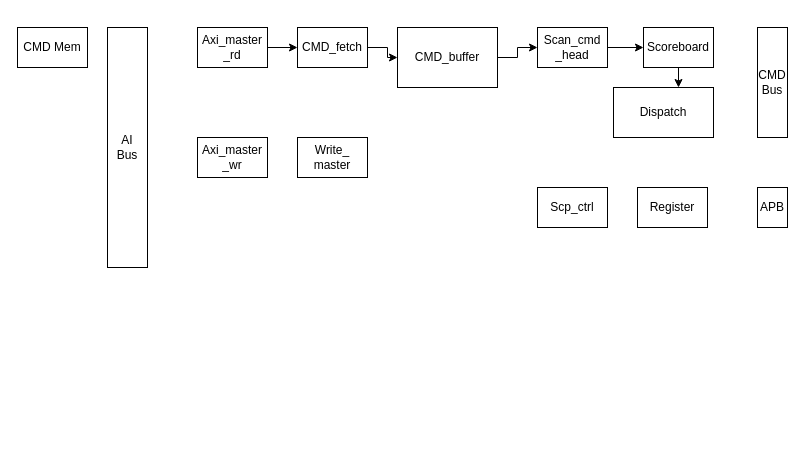
This is page "第 1 页" (1 of 3) of SCP.drawio from HelmutXie/blake2, a draw.io file, before an edit. Source tidied: cells renumbered, new cells numbered last; positions are measured from the earlier drawing's top-left corner, leaving out a move shared by most shapes. Both pictures are drawn from the tidied source at 100%, with x=0, y=0 at pixel (17, 27).
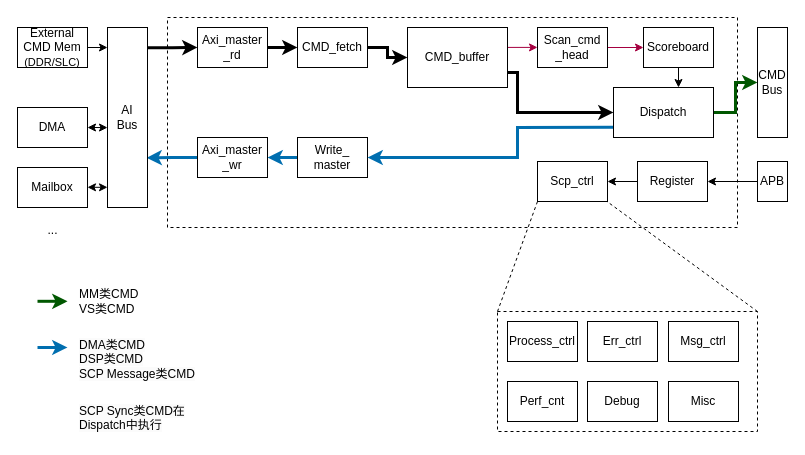
The same diagram, later.

The change refers to these unchanged cells:
```xml
<mxCell id="3" value="CMD_fetch" style="rounded=0;whiteSpace=wrap;html=1;" parent="1" vertex="1">
  <mxGeometry x="280" width="70" height="40" as="geometry" />
</mxCell>
<mxCell id="7" value="Scan_cmd&lt;br&gt;_head" style="rounded=0;whiteSpace=wrap;html=1;" parent="1" vertex="1">
  <mxGeometry x="520" width="70" height="40" as="geometry" />
</mxCell>
<mxCell id="9" value="Scoreboard" style="rounded=0;whiteSpace=wrap;html=1;" parent="1" vertex="1">
  <mxGeometry x="626" width="70" height="40" as="geometry" />
</mxCell>
<mxCell id="10" value="Write_&lt;br&gt;master" style="rounded=0;whiteSpace=wrap;html=1;" parent="1" vertex="1">
  <mxGeometry x="280" y="110" width="70" height="40" as="geometry" />
</mxCell>
<mxCell id="13" value="Dispatch" style="rounded=0;whiteSpace=wrap;html=1;" parent="1" vertex="1">
  <mxGeometry x="596" y="60" width="100" height="50" as="geometry" />
</mxCell>
<mxCell id="15" value="Axi_master&lt;br&gt;_rd" style="rounded=0;whiteSpace=wrap;html=1;" parent="1" vertex="1">
  <mxGeometry x="180" width="70" height="40" as="geometry" />
</mxCell>
<mxCell id="16" value="Axi_master&lt;br&gt;_wr" style="rounded=0;whiteSpace=wrap;html=1;" parent="1" vertex="1">
  <mxGeometry x="180" y="110" width="70" height="40" as="geometry" />
</mxCell>
<mxCell id="19" value="CMD&lt;br&gt;Bus" style="rounded=0;whiteSpace=wrap;html=1;" parent="1" vertex="1">
  <mxGeometry x="740" width="30" height="110" as="geometry" />
</mxCell>
```

Diff of the diagram source:
```diff
@@
+    <mxCell id="21" style="rounded=0;whiteSpace=wrap;html=1;dashed=1;" parent="1" vertex="1">
+      <mxGeometry x="150" y="-10" width="570" height="210" as="geometry" />
+    </mxCell>
+    <mxCell id="22" style="rounded=0;whiteSpace=wrap;html=1;dashed=1;" parent="1" vertex="1">
+      <mxGeometry x="480" y="284" width="260" height="120" as="geometry" />
+    </mxCell>
-    <mxCell id="2" style="edgeStyle=orthogonalEdgeStyle;rounded=0;jettySize=auto;html=1;" parent="1" edge="1" source="3" target="5">
+    <mxCell id="2" style="edgeStyle=orthogonalEdgeStyle;rounded=0;jettySize=auto;html=1;strokeWidth=3;" parent="1" edge="1" source="3" target="5">
       <mxGeometry relative="1" as="geometry" />
     </mxCell>
@@
-    <mxCell id="4" style="edgeStyle=orthogonalEdgeStyle;rounded=0;jettySize=auto;html=1;entryX=0;entryY=0.5;entryDx=0;entryDy=0;" parent="1" edge="1" source="5" target="7">
+    <mxCell id="4" style="edgeStyle=orthogonalEdgeStyle;rounded=0;jettySize=auto;html=1;entryX=0;entryY=0.5;entryDx=0;entryDy=0;exitX=0.997;exitY=0.332;exitDx=0;exitDy=0;exitPerimeter=0;fillColor=#d80073;strokeColor=#A50040;" parent="1" edge="1" source="5" target="7">
       <mxGeometry relative="1" as="geometry" />
     </mxCell>
+    <mxCell id="23" style="edgeStyle=orthogonalEdgeStyle;rounded=0;jettySize=auto;html=1;entryX=0;entryY=0.5;entryDx=0;entryDy=0;exitX=1;exitY=0.75;exitDx=0;exitDy=0;strokeWidth=3;" parent="1" edge="1" source="5" target="13">
+      <mxGeometry relative="1" as="geometry">
+        <Array as="points">
+          <mxPoint x="500" y="45" />
+          <mxPoint x="500" y="85" />
+        </Array>
+      </mxGeometry>
+    </mxCell>
     <mxCell id="5" value="CMD_buffer" style="rounded=0;whiteSpace=wrap;html=1;" parent="1" vertex="1">
-      <mxGeometry x="380" width="100" height="60" as="geometry" />
+      <mxGeometry x="390" width="100" height="60" as="geometry" />
     </mxCell>
-    <mxCell id="6" style="edgeStyle=orthogonalEdgeStyle;rounded=0;jettySize=auto;html=1;" parent="1" edge="1" source="7" target="9">
+    <mxCell id="6" style="edgeStyle=orthogonalEdgeStyle;rounded=0;jettySize=auto;html=1;fillColor=#d80073;strokeColor=#A50040;" parent="1" edge="1" source="7" target="9">
       <mxGeometry relative="1" as="geometry" />
     </mxCell>
@@
+    <mxCell id="24" style="edgeStyle=orthogonalEdgeStyle;rounded=0;jettySize=auto;html=1;strokeWidth=3;fillColor=#1ba1e2;strokeColor=#006EAF;" parent="1" edge="1" source="10" target="16">
+      <mxGeometry relative="1" as="geometry" />
+    </mxCell>
@@
+    <mxCell id="25" style="edgeStyle=orthogonalEdgeStyle;rounded=0;jettySize=auto;html=1;" parent="1" edge="1" source="11" target="12">
+      <mxGeometry relative="1" as="geometry" />
+    </mxCell>
     <mxCell id="11" value="Register" style="rounded=0;whiteSpace=wrap;html=1;" parent="1" vertex="1">
-      <mxGeometry x="620" y="160" width="70" height="40" as="geometry" />
+      <mxGeometry x="620" y="134" width="70" height="40" as="geometry" />
     </mxCell>
     <mxCell id="12" value="Scp_ctrl" style="rounded=0;whiteSpace=wrap;html=1;" parent="1" vertex="1">
-      <mxGeometry x="520" y="160" width="70" height="40" as="geometry" />
+      <mxGeometry x="520" y="134" width="70" height="40" as="geometry" />
     </mxCell>
+    <mxCell id="26" style="edgeStyle=orthogonalEdgeStyle;rounded=0;jettySize=auto;html=1;strokeWidth=3;fillColor=#008a00;strokeColor=#005700;" parent="1" edge="1" source="13" target="19">
+      <mxGeometry relative="1" as="geometry" />
+    </mxCell>
+    <mxCell id="27" style="edgeStyle=orthogonalEdgeStyle;rounded=0;jettySize=auto;html=1;entryX=1;entryY=0.5;entryDx=0;entryDy=0;exitX=-0.002;exitY=0.797;exitDx=0;exitDy=0;exitPerimeter=0;strokeWidth=3;fillColor=#1ba1e2;strokeColor=#006EAF;" parent="1" edge="1" source="13" target="10">
+      <mxGeometry relative="1" as="geometry">
+        <Array as="points">
+          <mxPoint x="500" y="100" />
+          <mxPoint x="500" y="130" />
+        </Array>
+      </mxGeometry>
+    </mxCell>
@@
-    <mxCell id="14" style="edgeStyle=orthogonalEdgeStyle;rounded=0;jettySize=auto;html=1;" parent="1" edge="1" source="15" target="3">
+    <mxCell id="14" style="edgeStyle=orthogonalEdgeStyle;rounded=0;jettySize=auto;html=1;strokeWidth=3;" parent="1" edge="1" source="15" target="3">
       <mxGeometry relative="1" as="geometry" />
     </mxCell>
@@
+    <mxCell id="28" style="edgeStyle=orthogonalEdgeStyle;rounded=0;jettySize=auto;html=1;entryX=0.975;entryY=0.724;entryDx=0;entryDy=0;entryPerimeter=0;strokeWidth=3;fillColor=#1ba1e2;strokeColor=#006EAF;" parent="1" edge="1" source="16" target="18">
+      <mxGeometry relative="1" as="geometry" />
+    </mxCell>
@@
+    <mxCell id="29" style="edgeStyle=orthogonalEdgeStyle;rounded=0;jettySize=auto;html=1;" parent="1" edge="1" source="17">
+      <mxGeometry relative="1" as="geometry">
+        <mxPoint x="90" y="20" as="targetPoint" />
+      </mxGeometry>
+    </mxCell>
-    <mxCell id="17" value="CMD Mem" style="rounded=0;whiteSpace=wrap;html=1;" parent="1" vertex="1">
+    <mxCell id="17" value="External&lt;br&gt;CMD Mem&lt;br&gt;&lt;font style=&quot;font-size: 11px;&quot;&gt;(DDR/SLC)&lt;/font&gt;" style="rounded=0;whiteSpace=wrap;html=1;" parent="1" vertex="1">
       <mxGeometry width="70" height="40" as="geometry" />
     </mxCell>
+    <mxCell id="30" style="edgeStyle=orthogonalEdgeStyle;rounded=0;jettySize=auto;html=1;entryX=0;entryY=0.5;entryDx=0;entryDy=0;exitX=1;exitY=0.113;exitDx=0;exitDy=0;exitPerimeter=0;strokeWidth=3;" parent="1" edge="1" source="18" target="15">
+      <mxGeometry relative="1" as="geometry" />
+    </mxCell>
     <mxCell id="18" value="AI&lt;br&gt;Bus" style="rounded=0;whiteSpace=wrap;html=1;" parent="1" vertex="1">
-      <mxGeometry x="90" width="40" height="240" as="geometry" />
+      <mxGeometry x="90" width="40" height="180" as="geometry" />
     </mxCell>
@@
+    <mxCell id="31" style="edgeStyle=orthogonalEdgeStyle;rounded=0;jettySize=auto;html=1;" parent="1" edge="1" source="20" target="11">
+      <mxGeometry relative="1" as="geometry" />
+    </mxCell>
     <mxCell id="20" value="APB" style="rounded=0;whiteSpace=wrap;html=1;" parent="1" vertex="1">
-      <mxGeometry x="740" y="160" width="30" height="40" as="geometry" />
+      <mxGeometry x="740" y="134" width="30" height="40" as="geometry" />
     </mxCell>
+    <mxCell id="32" value="Err_ctrl" style="rounded=0;whiteSpace=wrap;html=1;" parent="1" vertex="1">
+      <mxGeometry x="570" y="294" width="70" height="40" as="geometry" />
+    </mxCell>
+    <mxCell id="33" value="Msg_ctrl" style="rounded=0;whiteSpace=wrap;html=1;" parent="1" vertex="1">
+      <mxGeometry x="651" y="294" width="70" height="40" as="geometry" />
+    </mxCell>
+    <mxCell id="34" value="Perf_cnt" style="rounded=0;whiteSpace=wrap;html=1;" parent="1" vertex="1">
+      <mxGeometry x="490" y="354" width="70" height="40" as="geometry" />
+    </mxCell>
+    <mxCell id="35" value="Process_ctrl" style="rounded=0;whiteSpace=wrap;html=1;" parent="1" vertex="1">
+      <mxGeometry x="490" y="294" width="70" height="40" as="geometry" />
+    </mxCell>
+    <mxCell id="36" value="Debug" style="rounded=0;whiteSpace=wrap;html=1;" parent="1" vertex="1">
+      <mxGeometry x="570" y="354" width="70" height="40" as="geometry" />
+    </mxCell>
+    <mxCell id="37" style="endArrow=none;dashed=1;html=1;rounded=0;exitX=0;exitY=0;exitDx=0;exitDy=0;entryX=0;entryY=1;entryDx=0;entryDy=0;" parent="1" edge="1" source="22" target="12">
+      <mxGeometry relative="1" as="geometry" />
+    </mxCell>
+    <mxCell id="38" style="endArrow=none;dashed=1;html=1;rounded=0;exitX=1;exitY=0;exitDx=0;exitDy=0;entryX=0;entryY=1;entryDx=0;entryDy=0;" parent="1" edge="1" source="22">
+      <mxGeometry relative="1" as="geometry">
+        <mxPoint x="589.5" y="174" as="targetPoint" />
+      </mxGeometry>
+    </mxCell>
+    <mxCell id="39" value="Misc" style="rounded=0;whiteSpace=wrap;html=1;" parent="1" vertex="1">
+      <mxGeometry x="651" y="354" width="70" height="40" as="geometry" />
+    </mxCell>
+    <mxCell id="40" value="MM类CMD&lt;br&gt;VS类CMD&lt;br&gt;" style="text;html=1;align=left;verticalAlign=middle;strokeColor=none;fillColor=none;" parent="1" vertex="1">
+      <mxGeometry x="60" y="254" width="80" height="40" as="geometry" />
+    </mxCell>
+    <mxCell id="41" style="edgeStyle=orthogonalEdgeStyle;rounded=0;orthogonalLoop=1;jettySize=auto;html=1;strokeWidth=3;fillColor=#1ba1e2;strokeColor=#006EAF;" parent="1" edge="1">
+      <mxGeometry relative="1" as="geometry">
+        <mxPoint x="20" y="320" as="sourcePoint" />
+        <mxPoint x="50" y="320" as="targetPoint" />
+      </mxGeometry>
+    </mxCell>
+    <mxCell id="42" value="DMA" style="rounded=0;whiteSpace=wrap;html=1;" parent="1" vertex="1">
+      <mxGeometry y="80" width="70" height="40" as="geometry" />
+    </mxCell>
+    <mxCell id="43" style="endArrow=classic;startArrow=classic;html=1;rounded=0;exitX=0;exitY=0.556;exitDx=0;exitDy=0;exitPerimeter=0;" parent="1" edge="1" source="18">
+      <mxGeometry relative="1" as="geometry">
+        <mxPoint x="70" y="100" as="targetPoint" />
+      </mxGeometry>
+    </mxCell>
+    <mxCell id="44" style="edgeStyle=orthogonalEdgeStyle;rounded=0;orthogonalLoop=1;jettySize=auto;html=1;strokeWidth=3;fillColor=#008a00;strokeColor=#005700;" parent="1" edge="1">
+      <mxGeometry relative="1" as="geometry">
+        <mxPoint x="20" y="273.8" as="sourcePoint" />
+        <mxPoint x="50" y="273.8" as="targetPoint" />
+      </mxGeometry>
+    </mxCell>
+    <mxCell id="45" value="&lt;span style=&quot;color: rgb(0, 0, 0); font-family: Helvetica; font-size: 12px; font-style: normal; font-variant-ligatures: normal; font-variant-caps: normal; font-weight: 400; letter-spacing: normal; orphans: 2; text-align: left; text-indent: 0px; text-transform: none; widows: 2; word-spacing: 0px; -webkit-text-stroke-width: 0px; background-color: rgb(251, 251, 251); text-decoration-thickness: initial; text-decoration-style: initial; text-decoration-color: initial; float: none; display: inline !important;&quot;&gt;DMA类CMD&lt;/span&gt;&lt;br style=&quot;border-color: var(--border-color); color: rgb(0, 0, 0); font-family: Helvetica; font-size: 12px; font-style: normal; font-variant-ligatures: normal; font-variant-caps: normal; font-weight: 400; letter-spacing: normal; orphans: 2; text-align: left; text-indent: 0px; text-transform: none; widows: 2; word-spacing: 0px; -webkit-text-stroke-width: 0px; background-color: rgb(251, 251, 251); text-decoration-thickness: initial; text-decoration-style: initial; text-decoration-color: initial;&quot;&gt;&lt;span style=&quot;color: rgb(0, 0, 0); font-family: Helvetica; font-size: 12px; font-style: normal; font-variant-ligatures: normal; font-variant-caps: normal; font-weight: 400; letter-spacing: normal; orphans: 2; text-align: left; text-indent: 0px; text-transform: none; widows: 2; word-spacing: 0px; -webkit-text-stroke-width: 0px; background-color: rgb(251, 251, 251); text-decoration-thickness: initial; text-decoration-style: initial; text-decoration-color: initial; float: none; display: inline !important;&quot;&gt;DSP类CMD&lt;/span&gt;&lt;br style=&quot;border-color: var(--border-color); color: rgb(0, 0, 0); font-family: Helvetica; font-size: 12px; font-style: normal; font-variant-ligatures: normal; font-variant-caps: normal; font-weight: 400; letter-spacing: normal; orphans: 2; text-align: left; text-indent: 0px; text-transform: none; widows: 2; word-spacing: 0px; -webkit-text-stroke-width: 0px; background-color: rgb(251, 251, 251); text-decoration-thickness: initial; text-decoration-style: initial; text-decoration-color: initial;&quot;&gt;&lt;span style=&quot;color: rgb(0, 0, 0); font-family: Helvetica; font-size: 12px; font-style: normal; font-variant-ligatures: normal; font-variant-caps: normal; font-weight: 400; letter-spacing: normal; orphans: 2; text-align: left; text-indent: 0px; text-transform: none; widows: 2; word-spacing: 0px; -webkit-text-stroke-width: 0px; background-color: rgb(251, 251, 251); text-decoration-thickness: initial; text-decoration-style: initial; text-decoration-color: initial; float: none; display: inline !important;&quot;&gt;SCP Message类CMD&lt;/span&gt;" style="text;whiteSpace=wrap;html=1;" parent="1" vertex="1">
+      <mxGeometry x="60" y="304" width="150" height="50" as="geometry" />
+    </mxCell>
+    <mxCell id="46" value="&lt;span style=&quot;color: rgb(0, 0, 0); font-family: Helvetica; font-size: 12px; font-style: normal; font-variant-ligatures: normal; font-variant-caps: normal; font-weight: 400; letter-spacing: normal; orphans: 2; text-align: left; text-indent: 0px; text-transform: none; widows: 2; word-spacing: 0px; -webkit-text-stroke-width: 0px; background-color: rgb(251, 251, 251); text-decoration-thickness: initial; text-decoration-style: initial; text-decoration-color: initial; float: none; display: inline !important;&quot;&gt;SCP Sync类CMD在Dispatch中执行&lt;/span&gt;" style="text;whiteSpace=wrap;html=1;" parent="1" vertex="1">
+      <mxGeometry x="60" y="370" width="110" height="40" as="geometry" />
+    </mxCell>
+    <mxCell id="47" value="Mailbox" style="rounded=0;whiteSpace=wrap;html=1;" parent="1" vertex="1">
+      <mxGeometry y="140" width="70" height="40" as="geometry" />
+    </mxCell>
+    <mxCell id="48" style="endArrow=classic;startArrow=classic;html=1;rounded=0;exitX=0;exitY=0.556;exitDx=0;exitDy=0;exitPerimeter=0;" parent="1" edge="1">
+      <mxGeometry relative="1" as="geometry">
+        <mxPoint x="90" y="159.8" as="sourcePoint" />
+        <mxPoint x="70" y="159.8" as="targetPoint" />
+      </mxGeometry>
+    </mxCell>
+    <mxCell id="49" value="..." style="text;html=1;align=center;verticalAlign=middle;strokeColor=none;fillColor=none;" parent="1" vertex="1">
+      <mxGeometry x="20" y="188" width="30" height="30" as="geometry" />
+    </mxCell>
```
